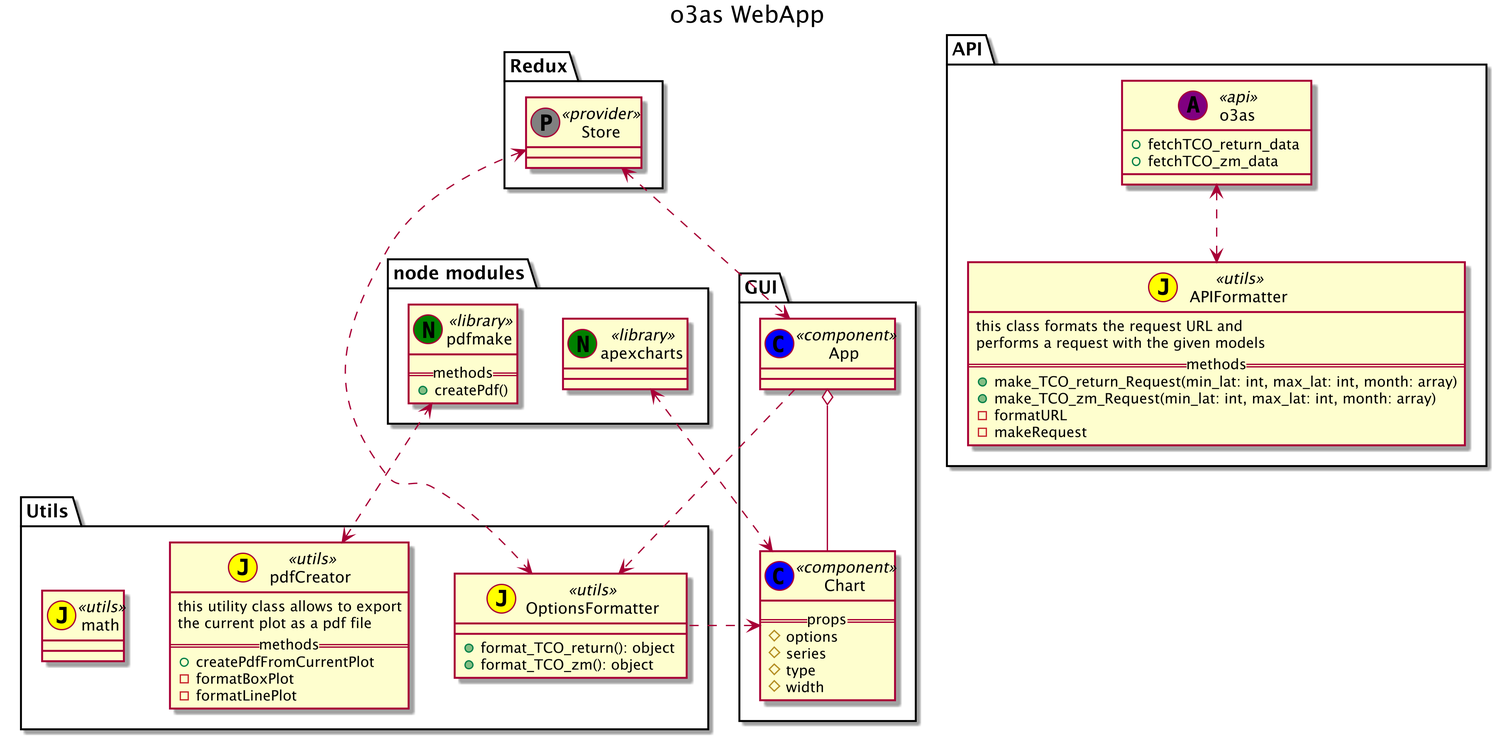
EOSC-synergy/o3webapp keeps this PlantUML diagram as DesignPhase/UML/package-structure/package-diagram.png. Above is the earlier version.
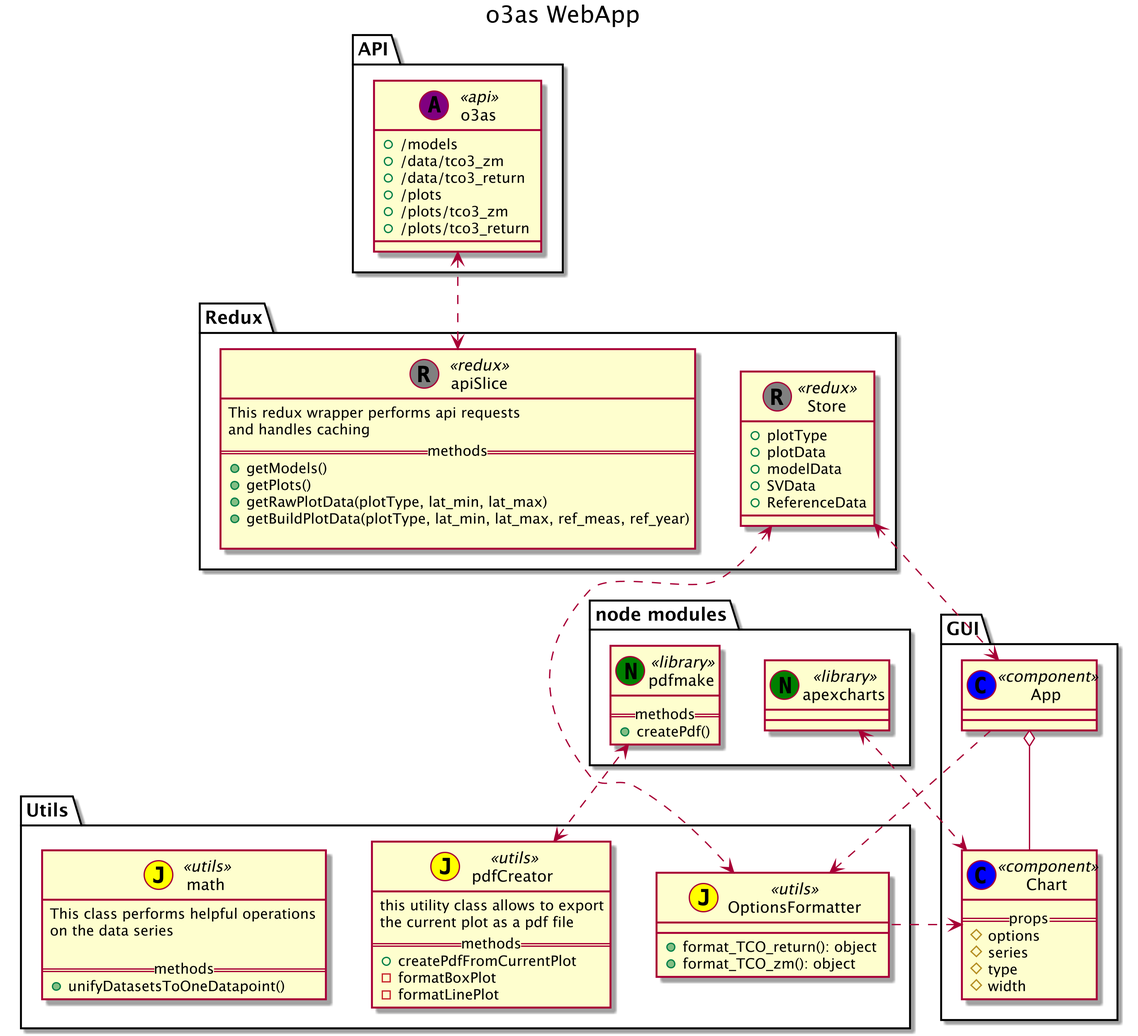
Later version of the same file.

Commit message:
added redux api slice

What changed in the source:
```diff
@@ -22,25 +22,37 @@
 package "API" {
 
     class "o3as" << (A, purple) api >> {
-        +fetchTCO_return_data
-        +fetchTCO_zm_data
+        +/models
+        +/data/tco3_zm
+        +/data/tco3_return
+        +/plots
+        +/plots/tco3_zm
+        +/plots/tco3_return
     }
 
-    class "APIFormatter" << (J, yellow) utils >> {
-        this class formats the request URL and\nperforms a request with the given models
-        ==methods==
-        +make_TCO_return_Request(min_lat: int, max_lat: int, month: array)
-        +make_TCO_zm_Request(min_lat: int, max_lat: int, month: array)
-        -formatURL
-        -makeRequest
-    }
+
 
 
 }
 
 package "Redux" {
 
-    class "Store" << (P, gray) provider >> {
+    class "Store" << (R, gray) redux >> {
+        +plotType
+        +plotData
+        +modelData
+        +SVData
+        +ReferenceData
+
+    }
+
+    class "apiSlice" << (R, gray) redux >> {
+        This redux wrapper performs api requests\nand handles caching
+        ==methods==
+        +getModels()
+        +getPlots()
+        +getRawPlotData(plotType, lat_min, lat_max)
+        +getBuildPlotData(plotType, lat_min, lat_max, ref_meas, ref_year)
 
     }
 
@@ -63,7 +75,10 @@
     }
 
     class "math" <<(J, yellow) utils >> {
+        This class performs helpful operations\non the data series
 
+        ==methods==
+        +unifyDatasetsToOneDatapoint()
     }
 
 }
@@ -82,7 +97,7 @@
 }
 
 "apexcharts" <..> "Chart"
-"o3as" <..> "APIFormatter"
+"o3as" <..> "apiSlice"
 "pdfCreator" <..> "pdfmake"
 "Store" <..> "App"
 "Store" <..> "OptionsFormatter"
```
